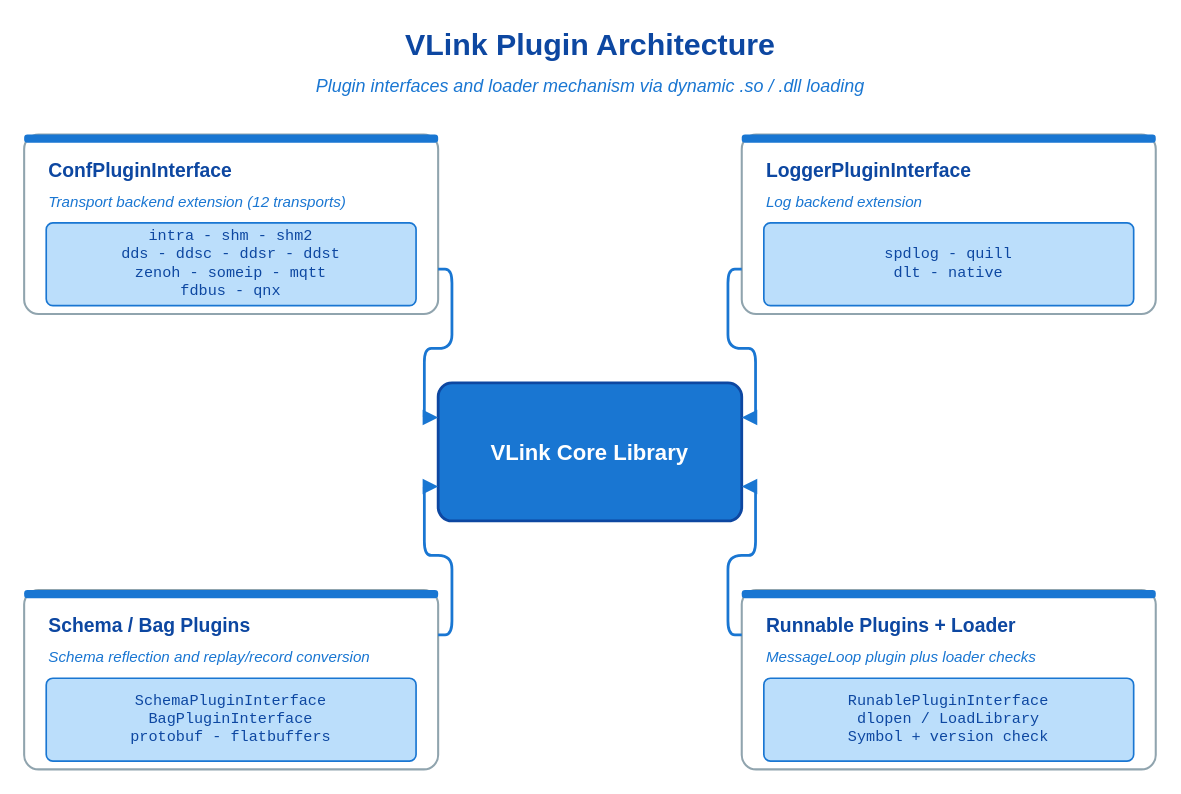
Above: doc/images/plugin-architecture.drawio in thun-res/vlink (draw.io), before the change. Source tidied: cells renumbered, new cells numbered last; positions are measured from the earlier drawing's top-left corner, leaving out a move shared by most shapes. Both pictures are drawn from the tidied source at 138%, with x=0, y=0 at pixel (23, 23).
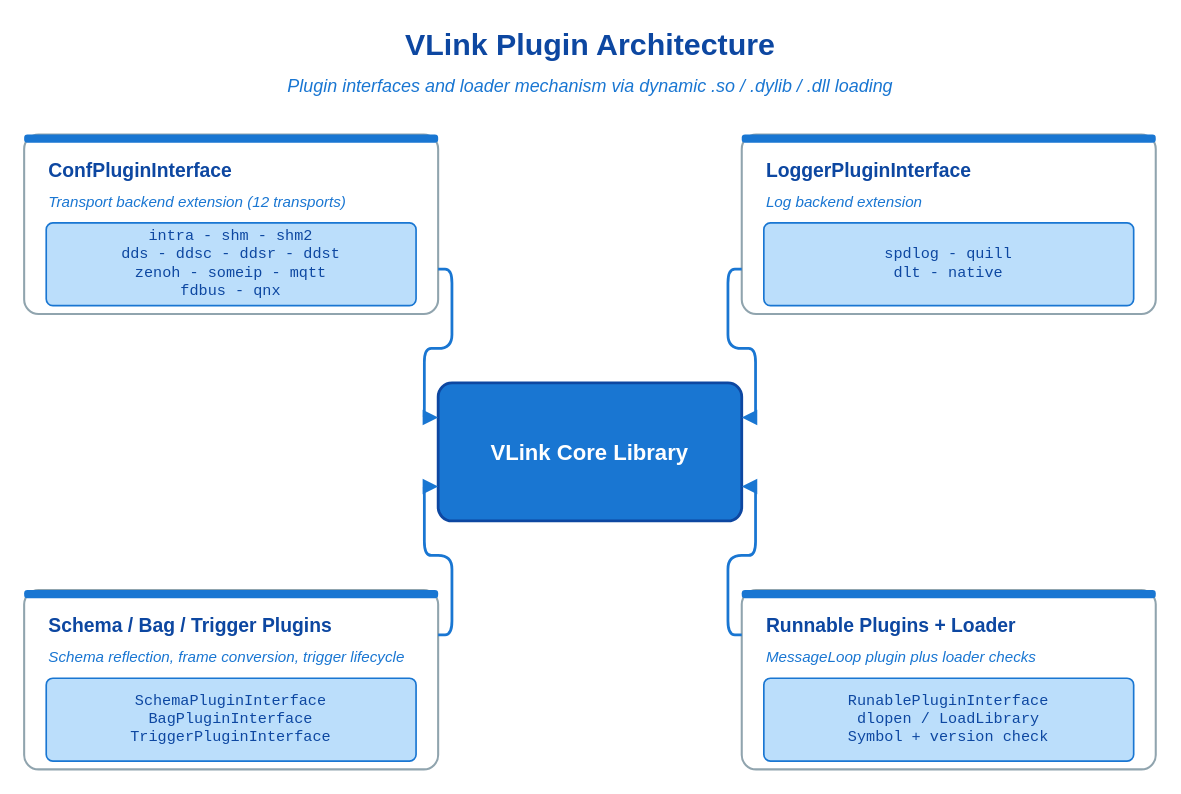
Above is the later version.

What changed in the source:
```diff
@@
-    <mxCell id="3" value="Plugin interfaces and loader mechanism via dynamic .so / .dll loading" style="text;html=1;align=center;verticalAlign=middle;strokeColor=none;fillColor=none;fontFamily=Helvetica;fontSize=13;fontStyle=2;fontColor=#1976d2;" parent="1" vertex="1">
+    <mxCell id="3" value="Plugin interfaces and loader mechanism via dynamic .so / .dylib / .dll loading" style="text;html=1;align=center;verticalAlign=middle;strokeColor=none;fillColor=none;fontFamily=Helvetica;fontSize=13;fontStyle=2;fontColor=#1976d2;" parent="1" vertex="1">
       <mxGeometry y="34" width="820" height="22" as="geometry" />
     </mxCell>
@@
-    <mxCell id="17" value="Schema / Bag Plugins" style="text;html=1;align=left;verticalAlign=middle;strokeColor=none;fillColor=none;fontFamily=Helvetica;fontSize=14;fontStyle=1;fontColor=#0d47a1;" parent="1" vertex="1">
+    <mxCell id="17" value="Schema / Bag / Trigger Plugins" style="text;html=1;align=left;verticalAlign=middle;strokeColor=none;fillColor=none;fontFamily=Helvetica;fontSize=14;fontStyle=1;fontColor=#0d47a1;" parent="1" vertex="1">
       <mxGeometry x="16" y="424" width="268" height="24" as="geometry" />
     </mxCell>
-    <mxCell id="18" value="Schema reflection and replay/record conversion" style="text;html=1;align=left;verticalAlign=middle;strokeColor=none;fillColor=none;fontFamily=Helvetica;fontSize=11;fontStyle=2;fontColor=#1976d2;" parent="1" vertex="1">
+    <mxCell id="18" value="Schema reflection, frame conversion, trigger lifecycle" style="text;html=1;align=left;verticalAlign=middle;strokeColor=none;fillColor=none;fontFamily=Helvetica;fontSize=11;fontStyle=2;fontColor=#1976d2;" parent="1" vertex="1">
       <mxGeometry x="16" y="450" width="268" height="18" as="geometry" />
     </mxCell>
-    <mxCell id="19" value="SchemaPluginInterface&#10;BagPluginInterface&#10;protobuf  -  flatbuffers" style="rounded=1;whiteSpace=wrap;html=1;fillColor=#bbdefb;strokeColor=#1976d2;strokeWidth=1.2;arcSize=8;fontFamily=Courier New;fontSize=11;fontColor=#0d47a1;align=center;" parent="1" vertex="1">
+    <mxCell id="19" value="SchemaPluginInterface&#10;BagPluginInterface&#10;TriggerPluginInterface" style="rounded=1;whiteSpace=wrap;html=1;fillColor=#bbdefb;strokeColor=#1976d2;strokeWidth=1.2;arcSize=8;fontFamily=Courier New;fontSize=11;fontColor=#0d47a1;align=center;" parent="1" vertex="1">
       <mxGeometry x="16" y="474" width="268" height="60" as="geometry" />
     </mxCell>
```
